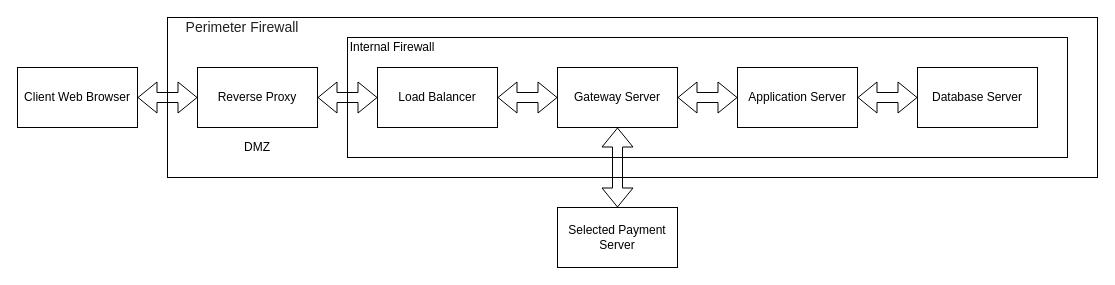
Above: Untitled Diagram.drawio in Windchild292/DrawIO (draw.io), before the change. Source tidied: cells renumbered, new cells numbered last; positions are measured from the earlier drawing's top-left corner, leaving out a move shared by most shapes. Both pictures are drawn from the tidied source at 100%, with x=0, y=0 at pixel (17, 17).
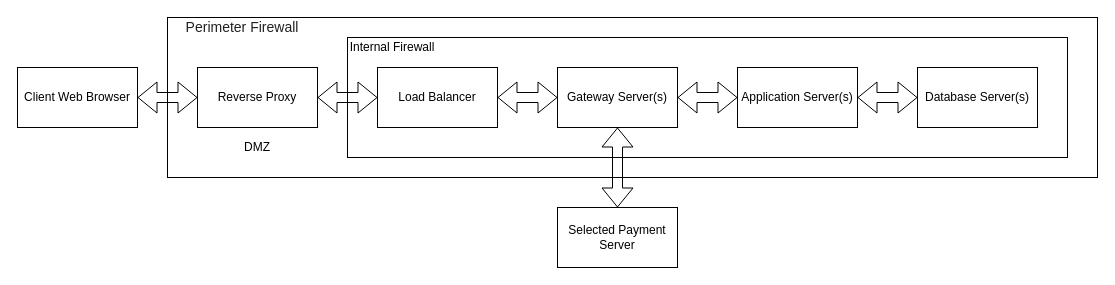
The same diagram, later.

Diff of the diagram source:
```diff
@@
 <mxGraphModel background="#ffffff">
   <root>
     <mxCell id="0" />
     <mxCell id="1" parent="0" />
     <mxCell id="2" style="rounded=0;whiteSpace=wrap;html=1;" parent="1" vertex="1">
       <mxGeometry x="150" width="930" height="160" as="geometry" />
     </mxCell>
     <mxCell id="3" style="rounded=0;whiteSpace=wrap;html=1;" parent="1" vertex="1">
       <mxGeometry x="330" y="20" width="720" height="120" as="geometry" />
     </mxCell>
-    <mxCell id="4" value="Application Server" style="rounded=0;whiteSpace=wrap;html=1;" parent="1" vertex="1">
+    <mxCell id="4" value="Application Server(s)" style="rounded=0;whiteSpace=wrap;html=1;" parent="1" vertex="1">
       <mxGeometry x="720" y="50" width="120" height="60" as="geometry" />
     </mxCell>
-    <mxCell id="5" value="Gateway Server" style="rounded=0;whiteSpace=wrap;html=1;" parent="1" vertex="1">
+    <mxCell id="5" value="Gateway Server(s)" style="rounded=0;whiteSpace=wrap;html=1;" parent="1" vertex="1">
       <mxGeometry x="540" y="50" width="120" height="60" as="geometry" />
     </mxCell>
-    <mxCell id="6" value="Database Server" style="rounded=0;whiteSpace=wrap;html=1;" parent="1" vertex="1">
+    <mxCell id="6" value="Database Server(s)" style="rounded=0;whiteSpace=wrap;html=1;" parent="1" vertex="1">
       <mxGeometry x="900" y="50" width="120" height="60" as="geometry" />
     </mxCell>
     <mxCell id="7" style="shape=flexArrow;endArrow=classic;startArrow=classic;html=1;exitX=1;exitY=0.5;exitDx=0;exitDy=0;entryX=0;entryY=0.5;entryDx=0;entryDy=0;" parent="1" edge="1" source="5" target="4">
       <mxGeometry relative="1" as="geometry" />
     </mxCell>
     <mxCell id="8" style="shape=flexArrow;endArrow=classic;startArrow=classic;html=1;entryX=0;entryY=0.5;entryDx=0;entryDy=0;exitX=1;exitY=0.5;exitDx=0;exitDy=0;" parent="1" edge="1" source="4" target="6">
       <mxGeometry relative="1" as="geometry" />
     </mxCell>
     <mxCell id="9" style="shape=flexArrow;endArrow=classic;startArrow=classic;html=1;exitX=0;exitY=0.5;exitDx=0;exitDy=0;entryX=1;entryY=0.5;entryDx=0;entryDy=0;" parent="1" edge="1" source="5" target="10">
       <mxGeometry relative="1" as="geometry" />
     </mxCell>
     <mxCell id="10" value="Load Balancer" style="rounded=0;whiteSpace=wrap;html=1;" parent="1" vertex="1">
       <mxGeometry x="360" y="50" width="120" height="60" as="geometry" />
     </mxCell>
     <mxCell id="11" style="shape=flexArrow;endArrow=classic;startArrow=classic;html=1;exitX=0.5;exitY=1;exitDx=0;exitDy=0;entryX=0.5;entryY=0;entryDx=0;entryDy=0;" parent="1" edge="1" source="5" target="12">
       <mxGeometry relative="1" as="geometry" />
     </mxCell>
     <mxCell id="12" value="Selected Payment Server" style="rounded=0;whiteSpace=wrap;html=1;" parent="1" vertex="1">
       <mxGeometry x="540" y="190" width="120" height="60" as="geometry" />
     </mxCell>
     <mxCell id="13" style="shape=flexArrow;endArrow=classic;startArrow=classic;html=1;exitX=0;exitY=0.5;exitDx=0;exitDy=0;entryX=1;entryY=0.5;entryDx=0;entryDy=0;" parent="1" edge="1" source="10" target="14">
       <mxGeometry relative="1" as="geometry" />
     </mxCell>
     <mxCell id="14" value="Reverse Proxy" style="rounded=0;whiteSpace=wrap;html=1;" parent="1" vertex="1">
       <mxGeometry x="180" y="50" width="120" height="60" as="geometry" />
     </mxCell>
     <mxCell id="15" value="Internal Firewall" style="text;html=1;strokeColor=none;fillColor=none;align=center;verticalAlign=middle;whiteSpace=wrap;rounded=0;" parent="1" vertex="1">
       <mxGeometry x="330" y="20" width="90" height="20" as="geometry" />
     </mxCell>
     <mxCell id="16" value="&lt;span style=&quot;color: rgb(32 , 33 , 34) ; font-family: sans-serif ; font-size: 14px ; background-color: rgb(255 , 255 , 255)&quot;&gt;Perimeter Firewall&lt;br&gt;&lt;/span&gt;" style="text;html=1;strokeColor=none;fillColor=none;align=center;verticalAlign=middle;whiteSpace=wrap;rounded=0;" parent="1" vertex="1">
       <mxGeometry x="160" width="130" height="20" as="geometry" />
     </mxCell>
     <mxCell id="17" value="DMZ" style="text;html=1;strokeColor=none;fillColor=none;align=center;verticalAlign=middle;whiteSpace=wrap;rounded=0;" parent="1" vertex="1">
       <mxGeometry x="220" y="120" width="40" height="20" as="geometry" />
     </mxCell>
     <mxCell id="18" style="shape=flexArrow;endArrow=classic;startArrow=classic;html=1;entryX=1;entryY=0.5;entryDx=0;entryDy=0;exitX=0;exitY=0.5;exitDx=0;exitDy=0;" parent="1" edge="1" source="14" target="19">
       <mxGeometry relative="1" as="geometry" />
     </mxCell>
     <mxCell id="19" value="Client Web Browser" style="rounded=0;whiteSpace=wrap;html=1;" parent="1" vertex="1">
       <mxGeometry y="50" width="120" height="60" as="geometry" />
     </mxCell>
   </root>
 </mxGraphModel>
```
